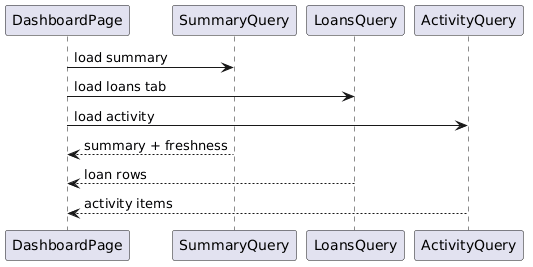
The PlantUML diagram docs/detailed-designs/diagrams/rendered/fe_seq_dashboard_load.png in QuinntyneBrown/LendQ, before a commit. The source it was exported from:
```plantuml
@startuml
participant DashboardPage
participant SummaryQuery
participant LoansQuery
participant ActivityQuery

DashboardPage -> SummaryQuery : load summary
DashboardPage -> LoansQuery : load loans tab
DashboardPage -> ActivityQuery : load activity
SummaryQuery --> DashboardPage : summary + freshness
LoansQuery --> DashboardPage : loan rows
ActivityQuery --> DashboardPage : activity items
@enduml
```
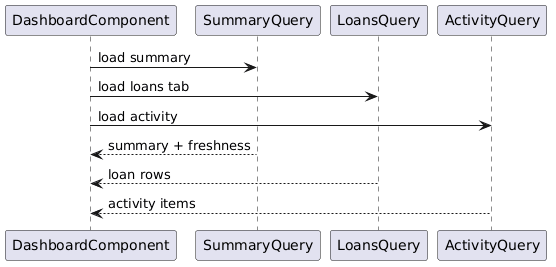
The same file after the commit.

Change to the diagram source:
```diff
@@ -1,13 +1,13 @@
 @startuml
-participant DashboardPage
+participant DashboardComponent
 participant SummaryQuery
 participant LoansQuery
 participant ActivityQuery
 
-DashboardPage -> SummaryQuery : load summary
-DashboardPage -> LoansQuery : load loans tab
-DashboardPage -> ActivityQuery : load activity
-SummaryQuery --> DashboardPage : summary + freshness
-LoansQuery --> DashboardPage : loan rows
-ActivityQuery --> DashboardPage : activity items
+DashboardComponent -> SummaryQuery : load summary
+DashboardComponent -> LoansQuery : load loans tab
+DashboardComponent -> ActivityQuery : load activity
+SummaryQuery --> DashboardComponent : summary + freshness
+LoansQuery --> DashboardComponent : loan rows
+ActivityQuery --> DashboardComponent : activity items
 @enduml
```
